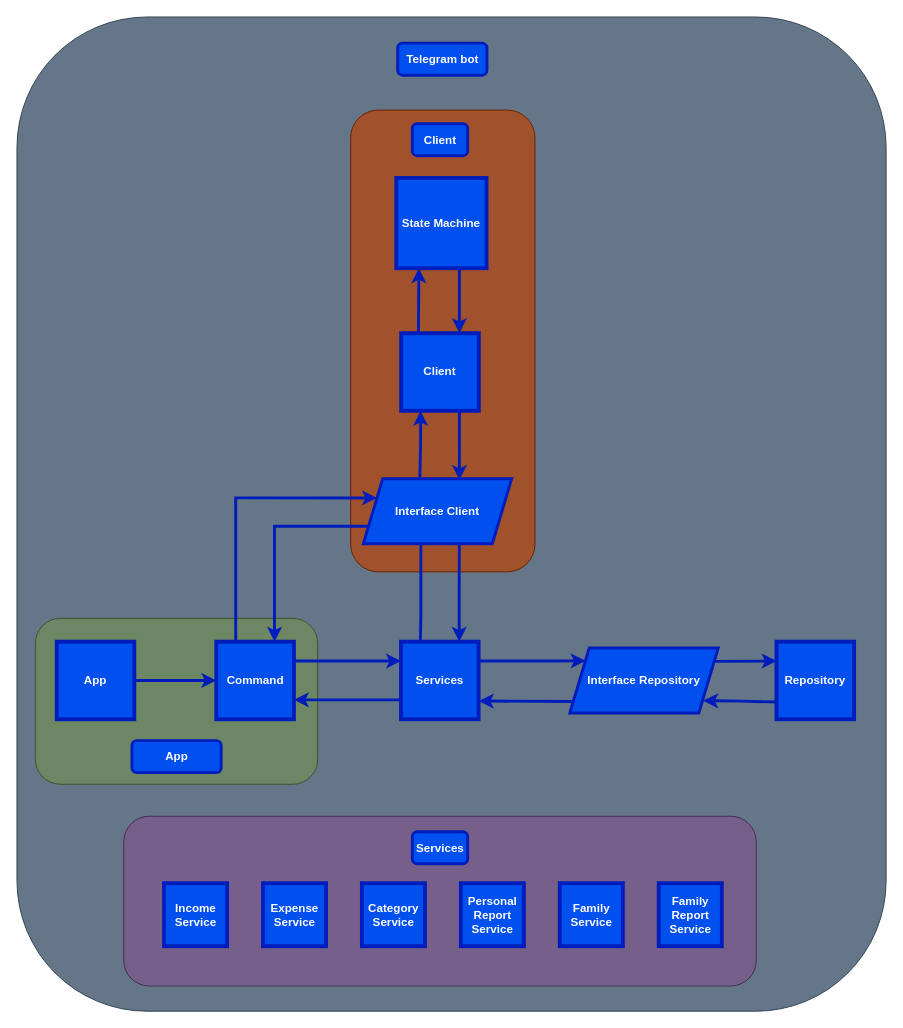
This is tg_financial_bot.drawio from CBeredIOk/financial_bot, a draw.io file, before an edit. Source tidied: cells renumbered, new cells numbered last; positions are measured from the earlier drawing's top-left corner, leaving out a move shared by most shapes. Both pictures are drawn from the tidied source at 97%, with x=0, y=0 at pixel (16, 16).
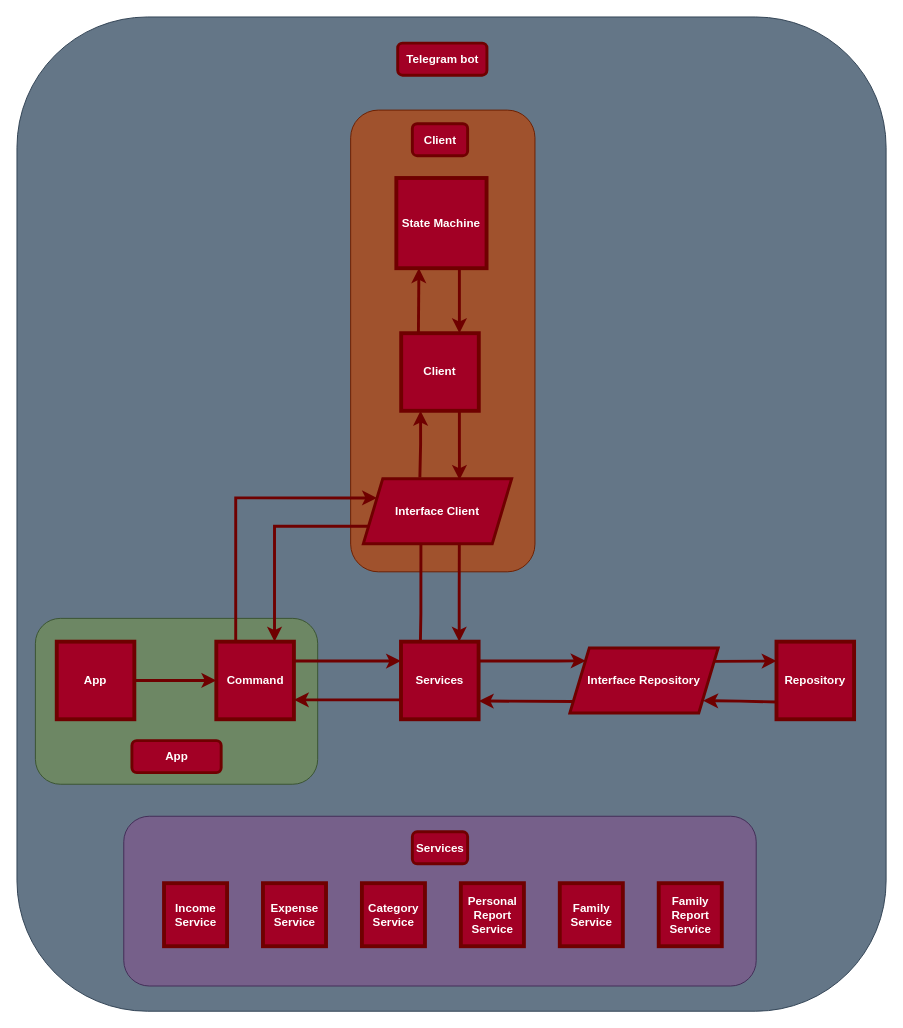
After the change.

Diff of the diagram source:
```diff
@@
-    <mxCell id="7" value="&lt;b&gt;Repository&lt;/b&gt;" style="whiteSpace=wrap;html=1;fillColor=#0050ef;strokeColor=#001DBC;fontColor=#ffffff;strokeWidth=4;" parent="1" vertex="1">
+    <mxCell id="7" value="&lt;b&gt;Repository&lt;/b&gt;" style="whiteSpace=wrap;html=1;fillColor=#a20025;strokeColor=#6F0000;fontColor=#ffffff;strokeWidth=4;" parent="1" vertex="1">
       <mxGeometry x="783" y="644" width="80" height="80" as="geometry" />
     </mxCell>
-    <mxCell id="8" style="edgeStyle=orthogonalEdgeStyle;rounded=0;jettySize=auto;html=1;exitX=1;exitY=0.5;exitDx=0;exitDy=0;entryX=0;entryY=0.5;entryDx=0;entryDy=0;fillColor=#0050ef;strokeColor=#001DBC;strokeWidth=3;" parent="1" edge="1" source="9" target="22">
+    <mxCell id="8" style="edgeStyle=orthogonalEdgeStyle;rounded=0;jettySize=auto;html=1;exitX=1;exitY=0.5;exitDx=0;exitDy=0;entryX=0;entryY=0.5;entryDx=0;entryDy=0;fillColor=#a20025;strokeColor=#6F0000;strokeWidth=3;" parent="1" edge="1" source="9" target="22">
       <mxGeometry relative="1" as="geometry" />
     </mxCell>
-    <mxCell id="9" value="&lt;b&gt;App&lt;/b&gt;" style="whiteSpace=wrap;html=1;fillColor=#0050ef;strokeColor=#001DBC;fontColor=#ffffff;strokeWidth=4;" parent="1" vertex="1">
+    <mxCell id="9" value="&lt;b&gt;App&lt;/b&gt;" style="whiteSpace=wrap;html=1;fillColor=#a20025;strokeColor=#6F0000;fontColor=#ffffff;strokeWidth=4;" parent="1" vertex="1">
       <mxGeometry x="41" y="644" width="80" height="80" as="geometry" />
     </mxCell>
-    <mxCell id="10" value="&lt;b&gt;Services&lt;/b&gt;" style="rounded=1;whiteSpace=wrap;html=1;fillColor=#0050ef;fontColor=#ffffff;strokeColor=#001DBC;strokeWidth=3;" parent="1" vertex="1">
+    <mxCell id="10" value="&lt;b&gt;Services&lt;/b&gt;" style="rounded=1;whiteSpace=wrap;html=1;fillColor=#a20025;fontColor=#ffffff;strokeColor=#6F0000;strokeWidth=3;" parent="1" vertex="1">
       <mxGeometry x="407.6" y="840" width="57" height="33" as="geometry" />
     </mxCell>
-    <mxCell id="11" value="&lt;b&gt;Telegram bot&lt;/b&gt;" style="rounded=1;whiteSpace=wrap;html=1;fillColor=#0050ef;fontColor=#ffffff;strokeColor=#001DBC;strokeWidth=3;" parent="1" vertex="1">
+    <mxCell id="11" value="&lt;b&gt;Telegram bot&lt;/b&gt;" style="rounded=1;whiteSpace=wrap;html=1;fillColor=#a20025;fontColor=#ffffff;strokeColor=#6F0000;strokeWidth=3;" parent="1" vertex="1">
       <mxGeometry x="392.5" y="27" width="92" height="33" as="geometry" />
     </mxCell>
-    <mxCell id="12" value="&lt;b&gt;Income Service&lt;/b&gt;" style="whiteSpace=wrap;html=1;fillColor=#0050ef;strokeColor=#001DBC;fontColor=#ffffff;strokeWidth=4;" parent="1" vertex="1">
+    <mxCell id="12" value="&lt;b&gt;Income Service&lt;/b&gt;" style="whiteSpace=wrap;html=1;fillColor=#a20025;strokeColor=#6F0000;fontColor=#ffffff;strokeWidth=4;" parent="1" vertex="1">
       <mxGeometry x="151.6" y="893" width="65" height="65" as="geometry" />
     </mxCell>
-    <mxCell id="13" value="&lt;b&gt;Expense Service&lt;/b&gt;" style="whiteSpace=wrap;html=1;fillColor=#0050ef;strokeColor=#001DBC;fontColor=#ffffff;strokeWidth=4;" parent="1" vertex="1">
+    <mxCell id="13" value="&lt;b&gt;Expense Service&lt;/b&gt;" style="whiteSpace=wrap;html=1;fillColor=#a20025;strokeColor=#6F0000;fontColor=#ffffff;strokeWidth=4;" parent="1" vertex="1">
       <mxGeometry x="253.6" y="893" width="65" height="65" as="geometry" />
     </mxCell>
-    <mxCell id="14" value="&lt;b style=&quot;border-color: var(--border-color);&quot;&gt;Category Service&lt;/b&gt;" style="whiteSpace=wrap;html=1;fillColor=#0050ef;strokeColor=#001DBC;fontColor=#ffffff;strokeWidth=4;" parent="1" vertex="1">
+    <mxCell id="14" value="&lt;b style=&quot;border-color: var(--border-color);&quot;&gt;Category Service&lt;/b&gt;" style="whiteSpace=wrap;html=1;fillColor=#a20025;strokeColor=#6F0000;fontColor=#ffffff;strokeWidth=4;" parent="1" vertex="1">
       <mxGeometry x="355.6" y="893" width="65" height="65" as="geometry" />
     </mxCell>
-    <mxCell id="15" value="&lt;b style=&quot;border-color: var(--border-color);&quot;&gt;Personal Report Service&lt;/b&gt;" style="whiteSpace=wrap;html=1;fillColor=#0050ef;strokeColor=#001DBC;fontColor=#ffffff;strokeWidth=4;" parent="1" vertex="1">
+    <mxCell id="15" value="&lt;b style=&quot;border-color: var(--border-color);&quot;&gt;Personal Report Service&lt;/b&gt;" style="whiteSpace=wrap;html=1;fillColor=#a20025;strokeColor=#6F0000;fontColor=#ffffff;strokeWidth=4;" parent="1" vertex="1">
       <mxGeometry x="457.6" y="893" width="65" height="65" as="geometry" />
     </mxCell>
-    <mxCell id="16" value="&lt;b style=&quot;border-color: var(--border-color);&quot;&gt;Family Report Service&lt;/b&gt;" style="whiteSpace=wrap;html=1;fillColor=#0050ef;strokeColor=#001DBC;fontColor=#ffffff;strokeWidth=4;" parent="1" vertex="1">
+    <mxCell id="16" value="&lt;b style=&quot;border-color: var(--border-color);&quot;&gt;Family Report Service&lt;/b&gt;" style="whiteSpace=wrap;html=1;fillColor=#a20025;strokeColor=#6F0000;fontColor=#ffffff;strokeWidth=4;" parent="1" vertex="1">
       <mxGeometry x="661.6" y="893" width="65" height="65" as="geometry" />
     </mxCell>
-    <mxCell id="17" value="&lt;b style=&quot;border-color: var(--border-color);&quot;&gt;Family Service&lt;/b&gt;" style="whiteSpace=wrap;html=1;fillColor=#0050ef;strokeColor=#001DBC;fontColor=#ffffff;strokeWidth=4;" parent="1" vertex="1">
+    <mxCell id="17" value="&lt;b style=&quot;border-color: var(--border-color);&quot;&gt;Family Service&lt;/b&gt;" style="whiteSpace=wrap;html=1;fillColor=#a20025;strokeColor=#6F0000;fontColor=#ffffff;strokeWidth=4;" parent="1" vertex="1">
       <mxGeometry x="559.6" y="893" width="65" height="65" as="geometry" />
     </mxCell>
-    <mxCell id="18" style="edgeStyle=orthogonalEdgeStyle;rounded=0;jettySize=auto;html=1;exitX=1;exitY=0.25;exitDx=0;exitDy=0;entryX=0.106;entryY=0.198;entryDx=0;entryDy=0;fillColor=#0050ef;strokeColor=#001DBC;strokeWidth=3;endArrow=classic;endFill=1;entryPerimeter=0;" parent="1" edge="1" source="32" target="30">
+    <mxCell id="18" style="edgeStyle=orthogonalEdgeStyle;rounded=0;jettySize=auto;html=1;exitX=1;exitY=0.25;exitDx=0;exitDy=0;entryX=0.106;entryY=0.198;entryDx=0;entryDy=0;fillColor=#a20025;strokeColor=#6F0000;strokeWidth=3;endArrow=classic;endFill=1;entryPerimeter=0;" parent="1" edge="1" source="32" target="30">
       <mxGeometry relative="1" as="geometry">
         <Array as="points">
           <mxPoint x="558" y="664" />
         </Array>
       </mxGeometry>
     </mxCell>
-    <mxCell id="19" style="endArrow=classic;html=1;rounded=0;exitX=0.974;exitY=0.207;exitDx=0;exitDy=0;entryX=0;entryY=0.25;entryDx=0;entryDy=0;fillColor=#0050ef;strokeColor=#001DBC;strokeWidth=3;exitPerimeter=0;" parent="1" edge="1" source="30">
+    <mxCell id="19" style="endArrow=classic;html=1;rounded=0;exitX=0.974;exitY=0.207;exitDx=0;exitDy=0;entryX=0;entryY=0.25;entryDx=0;entryDy=0;fillColor=#a20025;strokeColor=#6F0000;strokeWidth=3;exitPerimeter=0;" parent="1" edge="1" source="30">
       <mxGeometry relative="1" as="geometry">
         <mxPoint x="783.1" y="664" as="targetPoint" />
       </mxGeometry>
     </mxCell>
-    <mxCell id="20" style="edgeStyle=orthogonalEdgeStyle;rounded=0;jettySize=auto;html=1;entryX=0;entryY=0.75;entryDx=0;entryDy=0;fillColor=#0050ef;strokeColor=#001DBC;strokeWidth=3;endArrow=none;endFill=0;exitX=1;exitY=0.75;exitDx=0;exitDy=0;startArrow=classic;startFill=1;" parent="1" edge="1" source="22" target="32">
+    <mxCell id="20" style="edgeStyle=orthogonalEdgeStyle;rounded=0;jettySize=auto;html=1;entryX=0;entryY=0.75;entryDx=0;entryDy=0;fillColor=#a20025;strokeColor=#6F0000;strokeWidth=3;endArrow=none;endFill=0;exitX=1;exitY=0.75;exitDx=0;exitDy=0;startArrow=classic;startFill=1;" parent="1" edge="1" source="22" target="32">
       <mxGeometry relative="1" as="geometry" />
     </mxCell>
-    <mxCell id="21" style="edgeStyle=orthogonalEdgeStyle;rounded=0;jettySize=auto;html=1;exitX=0.25;exitY=0;exitDx=0;exitDy=0;startArrow=none;startFill=0;endArrow=classic;endFill=1;fillColor=#0050ef;strokeColor=#001DBC;strokeWidth=3;entryX=0;entryY=0.25;entryDx=0;entryDy=0;" parent="1" edge="1" source="22" target="26">
+    <mxCell id="21" style="edgeStyle=orthogonalEdgeStyle;rounded=0;jettySize=auto;html=1;exitX=0.25;exitY=0;exitDx=0;exitDy=0;startArrow=none;startFill=0;endArrow=classic;endFill=1;fillColor=#a20025;strokeColor=#6F0000;strokeWidth=3;entryX=0;entryY=0.25;entryDx=0;entryDy=0;" parent="1" edge="1" source="22" target="26">
       <mxGeometry relative="1" as="geometry">
         <Array as="points">
           <mxPoint x="226" y="496" />
         </Array>
       </mxGeometry>
     </mxCell>
-    <mxCell id="22" value="&lt;b&gt;Command&lt;/b&gt;" style="whiteSpace=wrap;html=1;fillColor=#0050ef;strokeColor=#001DBC;fontColor=#ffffff;strokeWidth=4;" parent="1" vertex="1">
+    <mxCell id="22" value="&lt;b&gt;Command&lt;/b&gt;" style="whiteSpace=wrap;html=1;fillColor=#a20025;strokeColor=#6F0000;fontColor=#ffffff;strokeWidth=4;" parent="1" vertex="1">
       <mxGeometry x="205.5" y="644" width="80" height="80" as="geometry" />
     </mxCell>
-    <mxCell id="23" style="edgeStyle=orthogonalEdgeStyle;rounded=0;jettySize=auto;html=1;entryX=0.25;entryY=1;entryDx=0;entryDy=0;fillColor=#0050ef;strokeColor=#001DBC;strokeWidth=3;exitX=0.222;exitY=-0.001;exitDx=0;exitDy=0;exitPerimeter=0;" parent="1" edge="1" source="24" target="25">
+    <mxCell id="23" style="edgeStyle=orthogonalEdgeStyle;rounded=0;jettySize=auto;html=1;entryX=0.25;entryY=1;entryDx=0;entryDy=0;fillColor=#a20025;strokeColor=#6F0000;strokeWidth=3;exitX=0.222;exitY=-0.001;exitDx=0;exitDy=0;exitPerimeter=0;" parent="1" edge="1" source="24" target="25">
       <mxGeometry relative="1" as="geometry">
         <Array as="points">
           <mxPoint x="414.1" y="326" />
         </Array>
       </mxGeometry>
     </mxCell>
-    <mxCell id="24" value="&lt;b&gt;Client&lt;/b&gt;" style="whiteSpace=wrap;html=1;fillColor=#0050ef;strokeColor=#001DBC;fontColor=#ffffff;strokeWidth=4;" parent="1" vertex="1">
+    <mxCell id="24" value="&lt;b&gt;Client&lt;/b&gt;" style="whiteSpace=wrap;html=1;fillColor=#a20025;strokeColor=#6F0000;fontColor=#ffffff;strokeWidth=4;" parent="1" vertex="1">
       <mxGeometry x="396.1" y="326" width="80" height="80" as="geometry" />
     </mxCell>
-    <mxCell id="25" value="&lt;b&gt;State Machine&lt;/b&gt;" style="whiteSpace=wrap;html=1;fillColor=#0050ef;strokeColor=#001DBC;fontColor=#ffffff;strokeWidth=4;" parent="1" vertex="1">
+    <mxCell id="25" value="&lt;b&gt;State Machine&lt;/b&gt;" style="whiteSpace=wrap;html=1;fillColor=#a20025;strokeColor=#6F0000;fontColor=#ffffff;strokeWidth=4;" parent="1" vertex="1">
       <mxGeometry x="391.1" y="166" width="93" height="93" as="geometry" />
     </mxCell>
-    <mxCell id="26" value="&lt;b style=&quot;border-color: var(--border-color);&quot;&gt;Interface Client&lt;br&gt;&lt;/b&gt;" style="shape=parallelogram;perimeter=parallelogramPerimeter;whiteSpace=wrap;html=1;fixedSize=1;fillColor=#0050ef;fontColor=#ffffff;strokeColor=#001DBC;strokeWidth=3;" parent="1" vertex="1">
+    <mxCell id="26" value="&lt;b style=&quot;border-color: var(--border-color);&quot;&gt;Interface Client&lt;br&gt;&lt;/b&gt;" style="shape=parallelogram;perimeter=parallelogramPerimeter;whiteSpace=wrap;html=1;fixedSize=1;fillColor=#a20025;fontColor=#ffffff;strokeColor=#6F0000;strokeWidth=3;" parent="1" vertex="1">
       <mxGeometry x="357.1" y="476" width="152.9" height="67" as="geometry" />
     </mxCell>
-    <mxCell id="27" value="&lt;b&gt;App&lt;/b&gt;" style="rounded=1;whiteSpace=wrap;html=1;fillColor=#0050ef;fontColor=#ffffff;strokeColor=#001DBC;strokeWidth=3;" parent="1" vertex="1">
+    <mxCell id="27" value="&lt;b&gt;App&lt;/b&gt;" style="rounded=1;whiteSpace=wrap;html=1;fillColor=#a20025;fontColor=#ffffff;strokeColor=#6F0000;strokeWidth=3;" parent="1" vertex="1">
       <mxGeometry x="118.5" y="746" width="92" height="33" as="geometry" />
     </mxCell>
-    <mxCell id="28" style="edgeStyle=orthogonalEdgeStyle;rounded=0;orthogonalLoop=1;jettySize=auto;html=1;fillColor=#0050ef;strokeColor=#001DBC;strokeWidth=3;endArrow=none;endFill=0;startArrow=classic;startFill=1;" parent="1" edge="1">
+    <mxCell id="28" style="edgeStyle=orthogonalEdgeStyle;rounded=0;orthogonalLoop=1;jettySize=auto;html=1;fillColor=#a20025;strokeColor=#6F0000;strokeWidth=3;endArrow=none;endFill=0;startArrow=classic;startFill=1;" parent="1" edge="1">
       <mxGeometry relative="1" as="geometry">
         <mxPoint x="456.1" y="326" as="sourcePoint" />
         <mxPoint x="456.1" y="260" as="targetPoint" />
         <Array as="points">
           <mxPoint x="456.1" y="259" />
         </Array>
       </mxGeometry>
     </mxCell>
-    <mxCell id="29" value="&lt;b&gt;Client&lt;/b&gt;" style="rounded=1;whiteSpace=wrap;html=1;fillColor=#0050ef;fontColor=#ffffff;strokeColor=#001DBC;strokeWidth=3;" parent="1" vertex="1">
+    <mxCell id="29" value="&lt;b&gt;Client&lt;/b&gt;" style="rounded=1;whiteSpace=wrap;html=1;fillColor=#a20025;fontColor=#ffffff;strokeColor=#6F0000;strokeWidth=3;" parent="1" vertex="1">
       <mxGeometry x="407.6" y="110" width="57" height="33" as="geometry" />
     </mxCell>
-    <mxCell id="30" value="&lt;b style=&quot;border-color: var(--border-color);&quot;&gt;Interface&amp;nbsp;&lt;b style=&quot;border-color: var(--border-color);&quot;&gt;Repository&lt;/b&gt;&lt;br&gt;&lt;/b&gt;" style="shape=parallelogram;perimeter=parallelogramPerimeter;whiteSpace=wrap;html=1;fixedSize=1;fillColor=#0050ef;fontColor=#ffffff;strokeColor=#001DBC;strokeWidth=3;" parent="1" vertex="1">
+    <mxCell id="30" value="&lt;b style=&quot;border-color: var(--border-color);&quot;&gt;Interface&amp;nbsp;&lt;b style=&quot;border-color: var(--border-color);&quot;&gt;Repository&lt;/b&gt;&lt;br&gt;&lt;/b&gt;" style="shape=parallelogram;perimeter=parallelogramPerimeter;whiteSpace=wrap;html=1;fixedSize=1;fillColor=#a20025;fontColor=#ffffff;strokeColor=#6F0000;strokeWidth=3;" parent="1" vertex="1">
       <mxGeometry x="570" y="650.5" width="152.9" height="67" as="geometry" />
     </mxCell>
-    <mxCell id="31" style="edgeStyle=orthogonalEdgeStyle;rounded=0;jettySize=auto;html=1;exitX=1;exitY=0.25;exitDx=0;exitDy=0;entryX=0;entryY=0.25;entryDx=0;entryDy=0;fillColor=#0050ef;strokeColor=#001DBC;strokeWidth=3;endArrow=classic;endFill=1;" parent="1" edge="1" source="22" target="32">
+    <mxCell id="31" style="edgeStyle=orthogonalEdgeStyle;rounded=0;jettySize=auto;html=1;exitX=1;exitY=0.25;exitDx=0;exitDy=0;entryX=0;entryY=0.25;entryDx=0;entryDy=0;fillColor=#a20025;strokeColor=#6F0000;strokeWidth=3;endArrow=classic;endFill=1;" parent="1" edge="1" source="22" target="32">
       <mxGeometry relative="1" as="geometry" />
     </mxCell>
-    <mxCell id="32" value="&lt;b&gt;Services&lt;/b&gt;" style="whiteSpace=wrap;html=1;fillColor=#0050ef;strokeColor=#001DBC;fontColor=#ffffff;strokeWidth=4;" parent="1" vertex="1">
+    <mxCell id="32" value="&lt;b&gt;Services&lt;/b&gt;" style="whiteSpace=wrap;html=1;fillColor=#a20025;strokeColor=#6F0000;fontColor=#ffffff;strokeWidth=4;" parent="1" vertex="1">
       <mxGeometry x="395.9" y="644" width="80" height="80" as="geometry" />
     </mxCell>
-    <mxCell id="33" style="edgeStyle=orthogonalEdgeStyle;rounded=0;jettySize=auto;html=1;exitX=0.25;exitY=1;exitDx=0;exitDy=0;entryX=0.381;entryY=-0.018;entryDx=0;entryDy=0;entryPerimeter=0;startArrow=classic;startFill=1;endArrow=none;endFill=0;strokeWidth=3;fillColor=#0050ef;strokeColor=#001DBC;" parent="1" edge="1" source="24" target="26">
+    <mxCell id="33" style="edgeStyle=orthogonalEdgeStyle;rounded=0;jettySize=auto;html=1;exitX=0.25;exitY=1;exitDx=0;exitDy=0;entryX=0.381;entryY=-0.018;entryDx=0;entryDy=0;entryPerimeter=0;startArrow=classic;startFill=1;endArrow=none;endFill=0;strokeWidth=3;fillColor=#a20025;strokeColor=#6F0000;" parent="1" edge="1" source="24" target="26">
       <mxGeometry relative="1" as="geometry" />
     </mxCell>
-    <mxCell id="34" style="edgeStyle=orthogonalEdgeStyle;rounded=0;jettySize=auto;html=1;exitX=0.75;exitY=1;exitDx=0;exitDy=0;entryX=0.648;entryY=0.019;entryDx=0;entryDy=0;entryPerimeter=0;strokeWidth=3;fillColor=#0050ef;strokeColor=#001DBC;" parent="1" edge="1" source="24" target="26">
+    <mxCell id="34" style="edgeStyle=orthogonalEdgeStyle;rounded=0;jettySize=auto;html=1;exitX=0.75;exitY=1;exitDx=0;exitDy=0;entryX=0.648;entryY=0.019;entryDx=0;entryDy=0;entryPerimeter=0;strokeWidth=3;fillColor=#a20025;strokeColor=#6F0000;" parent="1" edge="1" source="24" target="26">
       <mxGeometry relative="1" as="geometry" />
     </mxCell>
-    <mxCell id="35" style="edgeStyle=orthogonalEdgeStyle;rounded=0;jettySize=auto;html=1;exitX=0.75;exitY=0;exitDx=0;exitDy=0;entryX=0.647;entryY=0.992;entryDx=0;entryDy=0;entryPerimeter=0;fillColor=#0050ef;strokeColor=#001DBC;strokeWidth=3;startArrow=classic;startFill=1;endArrow=none;endFill=0;" parent="1" edge="1" source="32" target="26">
+    <mxCell id="35" style="edgeStyle=orthogonalEdgeStyle;rounded=0;jettySize=auto;html=1;exitX=0.75;exitY=0;exitDx=0;exitDy=0;entryX=0.647;entryY=0.992;entryDx=0;entryDy=0;entryPerimeter=0;fillColor=#a20025;strokeColor=#6F0000;strokeWidth=3;startArrow=classic;startFill=1;endArrow=none;endFill=0;" parent="1" edge="1" source="32" target="26">
       <mxGeometry relative="1" as="geometry" />
     </mxCell>
-    <mxCell id="36" style="edgeStyle=orthogonalEdgeStyle;rounded=0;jettySize=auto;html=1;exitX=0.75;exitY=0;exitDx=0;exitDy=0;fillColor=#0050ef;strokeColor=#001DBC;strokeWidth=3;startArrow=classic;startFill=1;endArrow=none;endFill=0;entryX=0;entryY=0.75;entryDx=0;entryDy=0;" parent="1" edge="1" source="22" target="26">
+    <mxCell id="36" style="edgeStyle=orthogonalEdgeStyle;rounded=0;jettySize=auto;html=1;exitX=0.75;exitY=0;exitDx=0;exitDy=0;fillColor=#a20025;strokeColor=#6F0000;strokeWidth=3;startArrow=classic;startFill=1;endArrow=none;endFill=0;entryX=0;entryY=0.75;entryDx=0;entryDy=0;" parent="1" edge="1" source="22" target="26">
       <mxGeometry relative="1" as="geometry">
         <Array as="points">
           <mxPoint x="266" y="525" />
         </Array>
       </mxGeometry>
     </mxCell>
-    <mxCell id="37" style="edgeStyle=orthogonalEdgeStyle;rounded=0;jettySize=auto;html=1;fillColor=#0050ef;strokeColor=#001DBC;strokeWidth=3;endArrow=none;endFill=0;exitX=1;exitY=0.75;exitDx=0;exitDy=0;startArrow=classic;startFill=1;entryX=0.024;entryY=0.824;entryDx=0;entryDy=0;entryPerimeter=0;" parent="1" edge="1" target="30">
+    <mxCell id="37" style="edgeStyle=orthogonalEdgeStyle;rounded=0;jettySize=auto;html=1;fillColor=#a20025;strokeColor=#6F0000;strokeWidth=3;endArrow=none;endFill=0;exitX=1;exitY=0.75;exitDx=0;exitDy=0;startArrow=classic;startFill=1;entryX=0.024;entryY=0.824;entryDx=0;entryDy=0;entryPerimeter=0;" parent="1" edge="1" target="30">
       <mxGeometry relative="1" as="geometry">
         <mxPoint x="476.1" y="705.2" as="sourcePoint" />
       </mxGeometry>
     </mxCell>
-    <mxCell id="38" style="edgeStyle=orthogonalEdgeStyle;rounded=0;jettySize=auto;html=1;fillColor=#0050ef;strokeColor=#001DBC;strokeWidth=3;endArrow=none;endFill=0;exitX=1;exitY=0.75;exitDx=0;exitDy=0;startArrow=classic;startFill=1;entryX=0;entryY=0.778;entryDx=0;entryDy=0;entryPerimeter=0;" parent="1" edge="1" target="7">
+    <mxCell id="38" style="edgeStyle=orthogonalEdgeStyle;rounded=0;jettySize=auto;html=1;fillColor=#a20025;strokeColor=#6F0000;strokeWidth=3;endArrow=none;endFill=0;exitX=1;exitY=0.75;exitDx=0;exitDy=0;startArrow=classic;startFill=1;entryX=0;entryY=0.778;entryDx=0;entryDy=0;entryPerimeter=0;" parent="1" edge="1" target="7">
       <mxGeometry relative="1" as="geometry">
         <mxPoint x="707.5" y="704.8" as="sourcePoint" />
       </mxGeometry>
     </mxCell>
-    <mxCell id="39" style="edgeStyle=orthogonalEdgeStyle;rounded=0;jettySize=auto;html=1;startArrow=none;startFill=0;endArrow=none;endFill=0;entryX=0.25;entryY=0;entryDx=0;entryDy=0;fillColor=#0050ef;strokeColor=#001DBC;strokeWidth=3;exitX=0.388;exitY=1.008;exitDx=0;exitDy=0;exitPerimeter=0;" parent="1" edge="1" source="26" target="32">
+    <mxCell id="39" style="edgeStyle=orthogonalEdgeStyle;rounded=0;jettySize=auto;html=1;startArrow=none;startFill=0;endArrow=none;endFill=0;entryX=0.25;entryY=0;entryDx=0;entryDy=0;fillColor=#a20025;strokeColor=#6F0000;strokeWidth=3;exitX=0.388;exitY=1.008;exitDx=0;exitDy=0;exitPerimeter=0;" parent="1" edge="1" source="26" target="32">
       <mxGeometry relative="1" as="geometry">
         <Array as="points">
           <mxPoint x="416" y="615" />
           <mxPoint x="416" y="615" />
         </Array>
       </mxGeometry>
     </mxCell>
```
